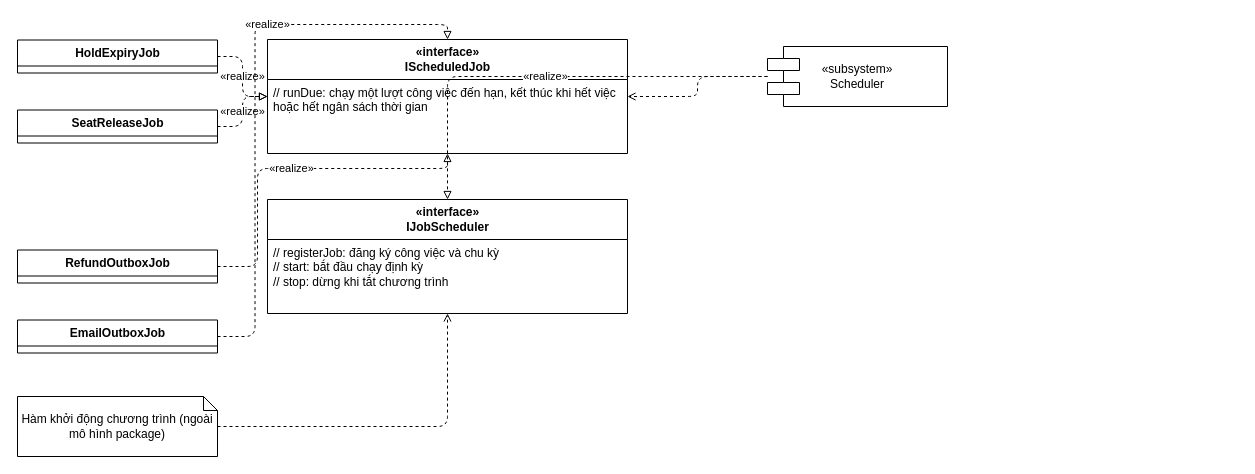
Earlier version of the draw.io diagram page "P10-subsystem-context-SS-04" (4 of 5) of design/diagrams/P10-subsystem-context.drawio (luytbq/app-dat-ve-xem-phim). Source tidied: cells renumbered, new cells numbered last; positions are measured from the earlier drawing's top-left corner, leaving out a move shared by most shapes. Both pictures are drawn from the tidied source at 100%, with x=0, y=0 at pixel (17, 24).
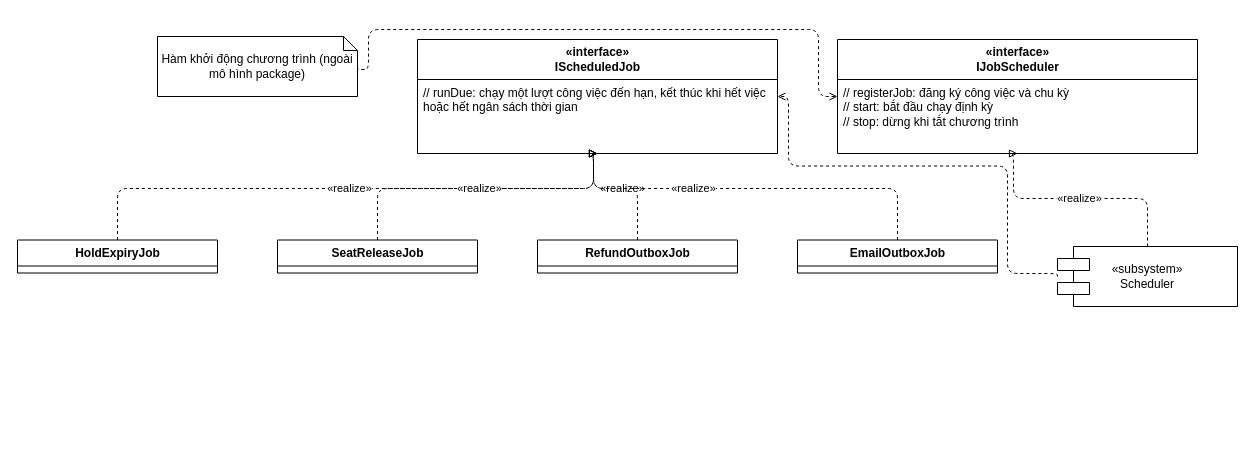
The same page after the edit.

What changed in the source:
```diff
@@
     <mxCell id="2" value="HoldExpiryJob" style="swimlane;fontStyle=1;align=center;horizontal=1;startSize=26;html=1;" parent="1" vertex="1">
-      <mxGeometry y="15.5" width="200" height="33" as="geometry" />
+      <mxGeometry y="215.5" width="200" height="33" as="geometry" />
     </mxCell>
     <mxCell id="3" value="SeatReleaseJob" style="swimlane;fontStyle=1;align=center;horizontal=1;startSize=26;html=1;" parent="1" vertex="1">
-      <mxGeometry y="85.5" width="200" height="33" as="geometry" />
+      <mxGeometry x="260" y="215.5" width="200" height="33" as="geometry" />
     </mxCell>
     <mxCell id="4" value="RefundOutboxJob" style="swimlane;fontStyle=1;align=center;horizontal=1;startSize=26;html=1;" parent="1" vertex="1">
-      <mxGeometry y="225.5" width="200" height="33" as="geometry" />
+      <mxGeometry x="520" y="215.5" width="200" height="33" as="geometry" />
     </mxCell>
     <mxCell id="5" value="EmailOutboxJob" style="swimlane;fontStyle=1;align=center;horizontal=1;startSize=26;html=1;" parent="1" vertex="1">
-      <mxGeometry y="295.5" width="200" height="33" as="geometry" />
+      <mxGeometry x="780" y="215.5" width="200" height="33" as="geometry" />
     </mxCell>
     <mxCell id="6" value="Hàm khởi động chương trình (ngoài mô hình package)" style="shape=note;whiteSpace=wrap;html=1;size=14;" parent="1" vertex="1">
-      <mxGeometry y="372" width="200" height="60" as="geometry" />
+      <mxGeometry x="140" y="12" width="200" height="60" as="geometry" />
     </mxCell>
     <mxCell id="7" value="«interface»&lt;br&gt;IScheduledJob" style="swimlane;fontStyle=1;align=center;horizontal=1;startSize=40;html=1;" parent="1" vertex="1">
-      <mxGeometry x="250" y="15" width="360" height="114" as="geometry" />
+      <mxGeometry x="400" y="15" width="360" height="114" as="geometry" />
     </mxCell>
@@
     <mxCell id="9" value="«interface»&lt;br&gt;IJobScheduler" style="swimlane;fontStyle=1;align=center;horizontal=1;startSize=40;html=1;" parent="1" vertex="1">
-      <mxGeometry x="250" y="175" width="360" height="114" as="geometry" />
+      <mxGeometry x="820" y="15" width="360" height="114" as="geometry" />
     </mxCell>
@@
     <mxCell id="11" value="«subsystem»&lt;br&gt;Scheduler" style="shape=component;whiteSpace=wrap;html=1;" parent="1" vertex="1">
-      <mxGeometry x="750" y="22" width="180" height="60" as="geometry" />
+      <mxGeometry x="1040" y="222" width="180" height="60" as="geometry" />
     </mxCell>
-    <mxCell id="12" value="«realize»" style="edgeStyle=orthogonalEdgeStyle;endArrow=block;endFill=0;dashed=1;html=1;" parent="1" edge="1" source="11" target="9">
-      <mxGeometry relative="1" as="geometry" />
+    <mxCell id="12" value="«realize»" style="edgeStyle=orthogonalEdgeStyle;endArrow=block;endFill=0;dashed=1;html=1;exitX=0.5;exitY=0;exitDx=0;exitDy=0;entryX=0.5;entryY=1;entryDx=0;entryDy=0;" parent="1" edge="1" source="11" target="9">
+      <mxGeometry relative="1" as="geometry">
+        <Array as="points">
+          <mxPoint x="1130" y="174" />
+          <mxPoint x="996" y="174" />
+        </Array>
+      </mxGeometry>
     </mxCell>
-    <mxCell id="13" style="edgeStyle=orthogonalEdgeStyle;endArrow=open;dashed=1;html=1;" parent="1" edge="1" source="11" target="7">
-      <mxGeometry relative="1" as="geometry" />
+    <mxCell id="13" style="edgeStyle=orthogonalEdgeStyle;endArrow=open;dashed=1;html=1;exitX=0;exitY=0.5;exitDx=0;exitDy=0;entryX=1;entryY=0.5;entryDx=0;entryDy=0;" parent="1" edge="1" source="11" target="7">
+      <mxGeometry relative="1" as="geometry">
+        <Array as="points">
+          <mxPoint x="990" y="249" />
+          <mxPoint x="990" y="141.5" />
+          <mxPoint x="771" y="141.5" />
+          <mxPoint x="771" y="72" />
+        </Array>
+      </mxGeometry>
     </mxCell>
-    <mxCell id="14" value="«realize»" style="edgeStyle=orthogonalEdgeStyle;endArrow=block;endFill=0;dashed=1;html=1;" parent="1" edge="1" source="2" target="7">
-      <mxGeometry relative="1" as="geometry" />
+    <mxCell id="14" value="«realize»" style="edgeStyle=orthogonalEdgeStyle;endArrow=block;endFill=0;dashed=1;html=1;exitX=0.5;exitY=0;exitDx=0;exitDy=0;entryX=0.5;entryY=1;entryDx=0;entryDy=0;" parent="1" edge="1" source="2" target="7">
+      <mxGeometry relative="1" as="geometry">
+        <Array as="points">
+          <mxPoint x="100" y="164" />
+          <mxPoint x="576" y="164" />
+        </Array>
+      </mxGeometry>
     </mxCell>
-    <mxCell id="15" value="«realize»" style="edgeStyle=orthogonalEdgeStyle;endArrow=block;endFill=0;dashed=1;html=1;" parent="1" edge="1" source="3" target="7">
-      <mxGeometry relative="1" as="geometry" />
+    <mxCell id="15" value="«realize»" style="edgeStyle=orthogonalEdgeStyle;endArrow=block;endFill=0;dashed=1;html=1;exitX=0.5;exitY=0;exitDx=0;exitDy=0;entryX=0.5;entryY=1;entryDx=0;entryDy=0;" parent="1" edge="1" source="3" target="7">
+      <mxGeometry relative="1" as="geometry">
+        <Array as="points">
+          <mxPoint x="360" y="164" />
+          <mxPoint x="576" y="164" />
+        </Array>
+      </mxGeometry>
     </mxCell>
-    <mxCell id="16" value="«realize»" style="edgeStyle=orthogonalEdgeStyle;endArrow=block;endFill=0;dashed=1;html=1;exitX=1;exitY=0.5;exitDx=0;exitDy=0;entryX=0.5;entryY=1;entryDx=0;entryDy=0;" parent="1" edge="1" source="4" target="7">
+    <mxCell id="16" value="«realize»" style="edgeStyle=orthogonalEdgeStyle;endArrow=block;endFill=0;dashed=1;html=1;exitX=0.5;exitY=0;exitDx=0;exitDy=0;entryX=0.5;entryY=1;entryDx=0;entryDy=0;" parent="1" edge="1" source="4" target="7">
       <mxGeometry relative="1" as="geometry">
         <Array as="points">
-          <mxPoint x="240" y="242" />
-          <mxPoint x="240" y="144" />
-          <mxPoint x="430" y="144" />
+          <mxPoint x="620" y="164" />
+          <mxPoint x="576" y="164" />
         </Array>
       </mxGeometry>
     </mxCell>
-    <mxCell id="17" value="«realize»" style="edgeStyle=orthogonalEdgeStyle;endArrow=block;endFill=0;dashed=1;html=1;exitX=1;exitY=0.5;exitDx=0;exitDy=0;entryX=0.5;entryY=0;entryDx=0;entryDy=0;" parent="1" edge="1" source="5" target="7">
+    <mxCell id="17" value="«realize»" style="edgeStyle=orthogonalEdgeStyle;endArrow=block;endFill=0;dashed=1;html=1;exitX=0.5;exitY=0;exitDx=0;exitDy=0;entryX=0.5;entryY=1;entryDx=0;entryDy=0;" parent="1" edge="1" source="5" target="7">
       <mxGeometry x="0.3" relative="1" as="geometry">
         <Array as="points">
-          <mxPoint x="237.5" y="312" />
-          <mxPoint x="237.5" />
-          <mxPoint x="430" />
+          <mxPoint x="880" y="164" />
+          <mxPoint x="576" y="164" />
         </Array>
       </mxGeometry>
     </mxCell>
-    <mxCell id="18" style="edgeStyle=orthogonalEdgeStyle;endArrow=open;dashed=1;html=1;exitX=1;exitY=0.5;exitDx=0;exitDy=0;entryX=0.5;entryY=1;entryDx=0;entryDy=0;" parent="1" edge="1" source="6" target="9">
+    <mxCell id="18" style="edgeStyle=orthogonalEdgeStyle;endArrow=open;dashed=1;html=1;exitX=1;exitY=0.5;exitDx=0;exitDy=0;entryX=0;entryY=0.5;entryDx=0;entryDy=0;" parent="1" edge="1" source="6" target="9">
       <mxGeometry relative="1" as="geometry">
         <Array as="points">
-          <mxPoint x="430" y="402" />
+          <mxPoint x="351" y="45" />
+          <mxPoint x="351" y="5" />
+          <mxPoint x="801" y="5" />
+          <mxPoint x="801" y="72" />
         </Array>
       </mxGeometry>
     </mxCell>
```
